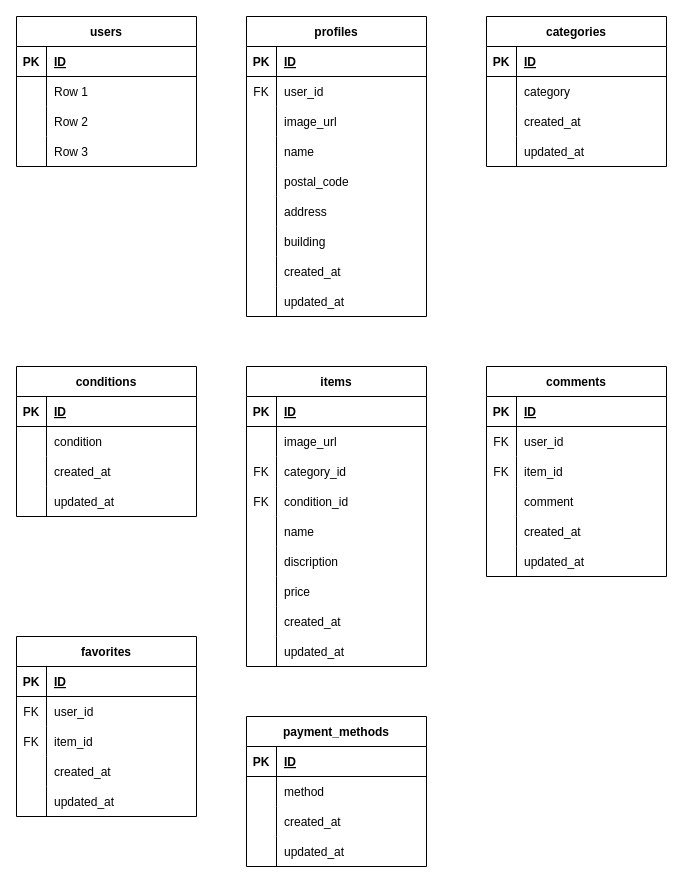
butterfly-39/mock_project1_20250127 keeps this draw.io diagram as diagram.drawio. Above is the earlier version. Source tidied: cells renumbered, new cells numbered last; positions are measured from the earlier drawing's top-left corner, leaving out a move shared by most shapes. Both pictures are drawn from the tidied source at 100%, with x=0, y=0 at pixel (16, 16).
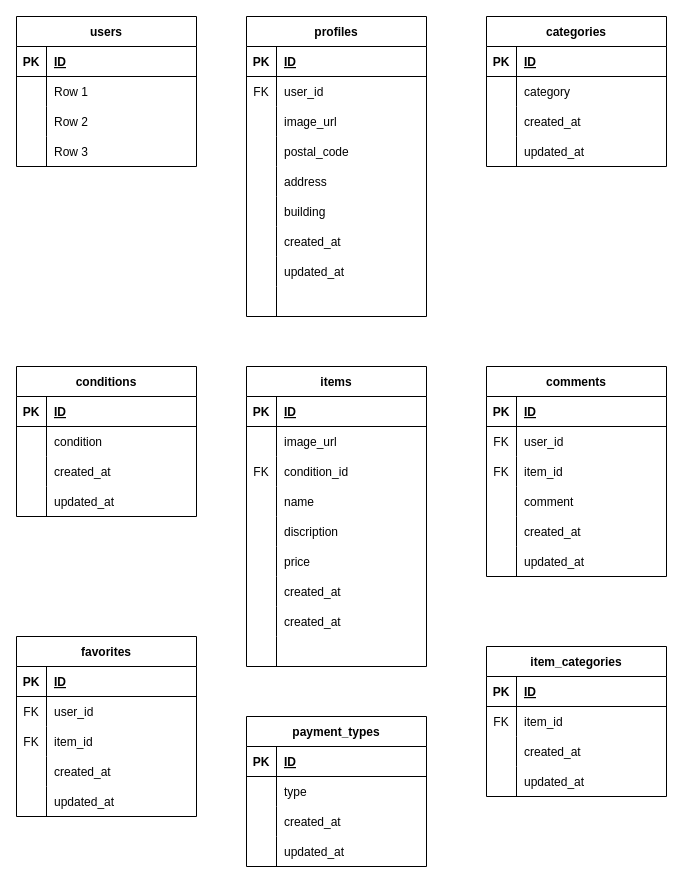
After the change.

The change refers to these unchanged cells:
```xml
<mxCell id="6" style="shape=tableRow;horizontal=0;startSize=0;swimlaneHead=0;swimlaneBody=0;fillColor=none;top=0;left=0;right=0;bottom=0;" parent="2" vertex="1">
  <mxGeometry y="60" width="180" height="30" as="geometry" />
</mxCell>
<mxCell id="57" style="shape=tableRow;horizontal=0;startSize=0;swimlaneHead=0;swimlaneBody=0;fillColor=none;top=0;left=0;right=0;bottom=0;" parent="50" vertex="1">
  <mxGeometry y="90" width="180" height="30" as="geometry" />
</mxCell>
<mxCell id="60" style="shape=tableRow;horizontal=0;startSize=0;swimlaneHead=0;swimlaneBody=0;fillColor=none;top=0;left=0;right=0;bottom=0;" parent="50" vertex="1">
  <mxGeometry y="120" width="180" height="30" as="geometry" />
</mxCell>
<mxCell id="63" style="shape=tableRow;horizontal=0;startSize=0;swimlaneHead=0;swimlaneBody=0;fillColor=none;top=0;left=0;right=0;bottom=0;" parent="50" vertex="1">
  <mxGeometry y="150" width="180" height="30" as="geometry" />
</mxCell>
<mxCell id="66" style="shape=tableRow;horizontal=0;startSize=0;swimlaneHead=0;swimlaneBody=0;fillColor=none;top=0;left=0;right=0;bottom=0;" parent="50" vertex="1">
  <mxGeometry y="180" width="180" height="30" as="geometry" />
</mxCell>
<mxCell id="69" style="shape=tableRow;horizontal=0;startSize=0;swimlaneHead=0;swimlaneBody=0;fillColor=none;top=0;left=0;right=0;bottom=0;" parent="50" vertex="1">
  <mxGeometry y="210" width="180" height="30" as="geometry" />
</mxCell>
<mxCell id="75" style="shape=tableRow;horizontal=0;startSize=0;swimlaneHead=0;swimlaneBody=0;fillColor=none;top=0;left=0;right=0;bottom=0;" parent="50" vertex="1">
  <mxGeometry y="270" width="180" height="30" as="geometry" />
</mxCell>
<mxCell id="114" style="shape=tableRow;horizontal=0;startSize=0;swimlaneHead=0;swimlaneBody=0;fillColor=none;top=0;left=0;right=0;bottom=0;" parent="104" vertex="1">
  <mxGeometry y="120" width="180" height="30" as="geometry" />
</mxCell>
<mxCell id="117" style="shape=tableRow;horizontal=0;startSize=0;swimlaneHead=0;swimlaneBody=0;fillColor=none;top=0;left=0;right=0;bottom=0;" parent="104" vertex="1">
  <mxGeometry y="150" width="180" height="30" as="geometry" />
</mxCell>
<mxCell id="120" style="shape=tableRow;horizontal=0;startSize=0;swimlaneHead=0;swimlaneBody=0;fillColor=none;top=0;left=0;right=0;bottom=0;" parent="104" vertex="1">
  <mxGeometry y="180" width="180" height="30" as="geometry" />
</mxCell>
<mxCell id="123" style="shape=tableRow;horizontal=0;startSize=0;swimlaneHead=0;swimlaneBody=0;fillColor=none;top=0;left=0;right=0;bottom=0;" parent="104" vertex="1">
  <mxGeometry y="210" width="180" height="30" as="geometry" />
</mxCell>
<mxCell id="126" style="shape=tableRow;horizontal=0;startSize=0;swimlaneHead=0;swimlaneBody=0;fillColor=none;top=0;left=0;right=0;bottom=0;" parent="104" vertex="1">
  <mxGeometry y="240" width="180" height="30" as="geometry" />
</mxCell>
<mxCell id="129" style="shape=tableRow;horizontal=0;startSize=0;swimlaneHead=0;swimlaneBody=0;fillColor=none;top=0;left=0;right=0;bottom=0;" parent="104" vertex="1">
  <mxGeometry y="270" width="180" height="30" as="geometry" />
</mxCell>
```

Change to the diagram source:
```diff
@@
-    <mxCell id="2" value="payment_methods" style="shape=table;startSize=30;childLayout=tableLayout;rowLines=0;fontStyle=1;align=center;" parent="1" vertex="1">
+    <mxCell id="2" value="payment_types" style="shape=table;startSize=30;childLayout=tableLayout;rowLines=0;fontStyle=1;align=center;" parent="1" vertex="1">
       <mxGeometry x="230" y="700" width="180" height="150" as="geometry" />
     </mxCell>
@@
-    <mxCell id="8" value="method" style="shape=partialRectangle;fillColor=none;top=0;left=0;bottom=0;right=0;align=left;spacingLeft=6;overflow=hidden;" parent="6" vertex="1">
+    <mxCell id="8" value="type" style="shape=partialRectangle;fillColor=none;top=0;left=0;bottom=0;right=0;align=left;spacingLeft=6;overflow=hidden;" parent="6" vertex="1">
       <mxGeometry x="30" width="150" height="30" as="geometry" />
     </mxCell>
@@
-    <mxCell id="59" value="category_id" style="shape=partialRectangle;fillColor=none;top=0;left=0;bottom=0;right=0;align=left;spacingLeft=6;overflow=hidden;" parent="57" vertex="1">
+    <mxCell id="59" value="condition_id" style="shape=partialRectangle;fillColor=none;top=0;left=0;bottom=0;right=0;align=left;spacingLeft=6;overflow=hidden;" parent="57" vertex="1">
       <mxGeometry x="30" width="150" height="30" as="geometry" />
     </mxCell>
@@
-    <mxCell id="61" value="FK" style="shape=partialRectangle;fillColor=none;top=0;left=0;bottom=0;right=0;overflow=hidden;" parent="60" vertex="1">
+    <mxCell id="61" style="shape=partialRectangle;fillColor=none;top=0;left=0;bottom=0;right=0;overflow=hidden;" parent="60" vertex="1">
       <mxGeometry width="30" height="30" as="geometry" />
     </mxCell>
-    <mxCell id="62" value="condition_id" style="shape=partialRectangle;fillColor=none;top=0;left=0;bottom=0;right=0;align=left;spacingLeft=6;overflow=hidden;" parent="60" vertex="1">
+    <mxCell id="62" value="name" style="shape=partialRectangle;fillColor=none;top=0;left=0;bottom=0;right=0;align=left;spacingLeft=6;overflow=hidden;" parent="60" vertex="1">
       <mxGeometry x="30" width="150" height="30" as="geometry" />
     </mxCell>
@@
-    <mxCell id="65" value="name" style="shape=partialRectangle;fillColor=none;top=0;left=0;bottom=0;right=0;align=left;spacingLeft=6;overflow=hidden;" parent="63" vertex="1">
+    <mxCell id="65" value="discription" style="shape=partialRectangle;fillColor=none;top=0;left=0;bottom=0;right=0;align=left;spacingLeft=6;overflow=hidden;" parent="63" vertex="1">
       <mxGeometry x="30" width="150" height="30" as="geometry" />
     </mxCell>
@@
-    <mxCell id="68" value="discription" style="shape=partialRectangle;fillColor=none;top=0;left=0;bottom=0;right=0;align=left;spacingLeft=6;overflow=hidden;" parent="66" vertex="1">
+    <mxCell id="68" value="price" style="shape=partialRectangle;fillColor=none;top=0;left=0;bottom=0;right=0;align=left;spacingLeft=6;overflow=hidden;" parent="66" vertex="1">
       <mxGeometry x="30" width="150" height="30" as="geometry" />
     </mxCell>
@@
-    <mxCell id="71" value="price" style="shape=partialRectangle;fillColor=none;top=0;left=0;bottom=0;right=0;align=left;spacingLeft=6;overflow=hidden;" parent="69" vertex="1">
+    <mxCell id="71" value="created_at" style="shape=partialRectangle;fillColor=none;top=0;left=0;bottom=0;right=0;align=left;spacingLeft=6;overflow=hidden;" parent="69" vertex="1">
       <mxGeometry x="30" width="150" height="30" as="geometry" />
     </mxCell>
@@
-    <mxCell id="77" value="updated_at" style="shape=partialRectangle;fillColor=none;top=0;left=0;bottom=0;right=0;align=left;spacingLeft=6;overflow=hidden;" parent="75" vertex="1">
+    <mxCell id="77" style="shape=partialRectangle;fillColor=none;top=0;left=0;bottom=0;right=0;align=left;spacingLeft=6;overflow=hidden;" parent="75" vertex="1">
       <mxGeometry x="30" width="150" height="30" as="geometry" />
     </mxCell>
@@
-    <mxCell id="116" value="name" style="shape=partialRectangle;fillColor=none;top=0;left=0;bottom=0;right=0;align=left;spacingLeft=6;overflow=hidden;" parent="114" vertex="1">
+    <mxCell id="116" value="postal_code" style="shape=partialRectangle;fillColor=none;top=0;left=0;bottom=0;right=0;align=left;spacingLeft=6;overflow=hidden;" parent="114" vertex="1">
       <mxGeometry x="30" width="150" height="30" as="geometry" />
     </mxCell>
@@
-    <mxCell id="119" value="postal_code" style="shape=partialRectangle;fillColor=none;top=0;left=0;bottom=0;right=0;align=left;spacingLeft=6;overflow=hidden;" parent="117" vertex="1">
+    <mxCell id="119" value="address" style="shape=partialRectangle;fillColor=none;top=0;left=0;bottom=0;right=0;align=left;spacingLeft=6;overflow=hidden;" parent="117" vertex="1">
       <mxGeometry x="30" width="150" height="30" as="geometry" />
     </mxCell>
@@
-    <mxCell id="122" value="address" style="shape=partialRectangle;fillColor=none;top=0;left=0;bottom=0;right=0;align=left;spacingLeft=6;overflow=hidden;" parent="120" vertex="1">
+    <mxCell id="122" value="building" style="shape=partialRectangle;fillColor=none;top=0;left=0;bottom=0;right=0;align=left;spacingLeft=6;overflow=hidden;" parent="120" vertex="1">
       <mxGeometry x="30" width="150" height="30" as="geometry" />
     </mxCell>
@@
-    <mxCell id="125" value="building" style="shape=partialRectangle;fillColor=none;top=0;left=0;bottom=0;right=0;align=left;spacingLeft=6;overflow=hidden;" parent="123" vertex="1">
+    <mxCell id="125" value="created_at" style="shape=partialRectangle;fillColor=none;top=0;left=0;bottom=0;right=0;align=left;spacingLeft=6;overflow=hidden;" parent="123" vertex="1">
       <mxGeometry x="30" width="150" height="30" as="geometry" />
     </mxCell>
@@
-    <mxCell id="128" value="created_at" style="shape=partialRectangle;fillColor=none;top=0;left=0;bottom=0;right=0;align=left;spacingLeft=6;overflow=hidden;" parent="126" vertex="1">
+    <mxCell id="128" value="updated_at" style="shape=partialRectangle;fillColor=none;top=0;left=0;bottom=0;right=0;align=left;spacingLeft=6;overflow=hidden;" parent="126" vertex="1">
       <mxGeometry x="30" width="150" height="30" as="geometry" />
     </mxCell>
@@
-    <mxCell id="131" value="updated_at" style="shape=partialRectangle;fillColor=none;top=0;left=0;bottom=0;right=0;align=left;spacingLeft=6;overflow=hidden;" parent="129" vertex="1">
+    <mxCell id="131" style="shape=partialRectangle;fillColor=none;top=0;left=0;bottom=0;right=0;align=left;spacingLeft=6;overflow=hidden;" parent="129" vertex="1">
       <mxGeometry x="30" width="150" height="30" as="geometry" />
     </mxCell>
@@
+    <mxCell id="145" value="item_categories" style="shape=table;startSize=30;childLayout=tableLayout;rowLines=0;fontStyle=1;align=center;" parent="1" vertex="1">
+      <mxGeometry x="470" y="630" width="180" height="150" as="geometry" />
+    </mxCell>
+    <mxCell id="146" style="shape=tableRow;horizontal=0;startSize=0;swimlaneHead=0;swimlaneBody=0;fillColor=none;top=0;left=0;right=0;bottom=1;" parent="145" vertex="1">
+      <mxGeometry y="30" width="180" height="30" as="geometry" />
+    </mxCell>
+    <mxCell id="147" value="PK" style="shape=partialRectangle;fillColor=none;top=0;left=0;bottom=0;right=0;fontStyle=1;overflow=hidden;" parent="146" vertex="1">
+      <mxGeometry width="30" height="30" as="geometry" />
+    </mxCell>
+    <mxCell id="148" value="ID" style="shape=partialRectangle;fillColor=none;top=0;left=0;bottom=0;right=0;align=left;spacingLeft=6;fontStyle=5;overflow=hidden;" parent="146" vertex="1">
+      <mxGeometry x="30" width="150" height="30" as="geometry" />
+    </mxCell>
+    <mxCell id="149" style="shape=tableRow;horizontal=0;startSize=0;swimlaneHead=0;swimlaneBody=0;fillColor=none;top=0;left=0;right=0;bottom=0;" parent="145" vertex="1">
+      <mxGeometry y="60" width="180" height="30" as="geometry" />
+    </mxCell>
+    <mxCell id="150" value="FK" style="shape=partialRectangle;fillColor=none;top=0;left=0;bottom=0;right=0;overflow=hidden;" parent="149" vertex="1">
+      <mxGeometry width="30" height="30" as="geometry" />
+    </mxCell>
+    <mxCell id="151" value="item_id" style="shape=partialRectangle;fillColor=none;top=0;left=0;bottom=0;right=0;align=left;spacingLeft=6;overflow=hidden;" parent="149" vertex="1">
+      <mxGeometry x="30" width="150" height="30" as="geometry" />
+    </mxCell>
+    <mxCell id="152" style="shape=tableRow;horizontal=0;startSize=0;swimlaneHead=0;swimlaneBody=0;fillColor=none;top=0;left=0;right=0;bottom=0;" parent="145" vertex="1">
+      <mxGeometry y="90" width="180" height="30" as="geometry" />
+    </mxCell>
+    <mxCell id="153" style="shape=partialRectangle;fillColor=none;top=0;left=0;bottom=0;right=0;overflow=hidden;" parent="152" vertex="1">
+      <mxGeometry width="30" height="30" as="geometry" />
+    </mxCell>
+    <mxCell id="154" value="created_at" style="shape=partialRectangle;fillColor=none;top=0;left=0;bottom=0;right=0;align=left;spacingLeft=6;overflow=hidden;" parent="152" vertex="1">
+      <mxGeometry x="30" width="150" height="30" as="geometry" />
+    </mxCell>
+    <mxCell id="155" style="shape=tableRow;horizontal=0;startSize=0;swimlaneHead=0;swimlaneBody=0;fillColor=none;top=0;left=0;right=0;bottom=0;" parent="145" vertex="1">
+      <mxGeometry y="120" width="180" height="30" as="geometry" />
+    </mxCell>
+    <mxCell id="156" style="shape=partialRectangle;fillColor=none;top=0;left=0;bottom=0;right=0;overflow=hidden;" parent="155" vertex="1">
+      <mxGeometry width="30" height="30" as="geometry" />
+    </mxCell>
+    <mxCell id="157" value="updated_at" style="shape=partialRectangle;fillColor=none;top=0;left=0;bottom=0;right=0;align=left;spacingLeft=6;overflow=hidden;" parent="155" vertex="1">
+      <mxGeometry x="30" width="150" height="30" as="geometry" />
+    </mxCell>
```
